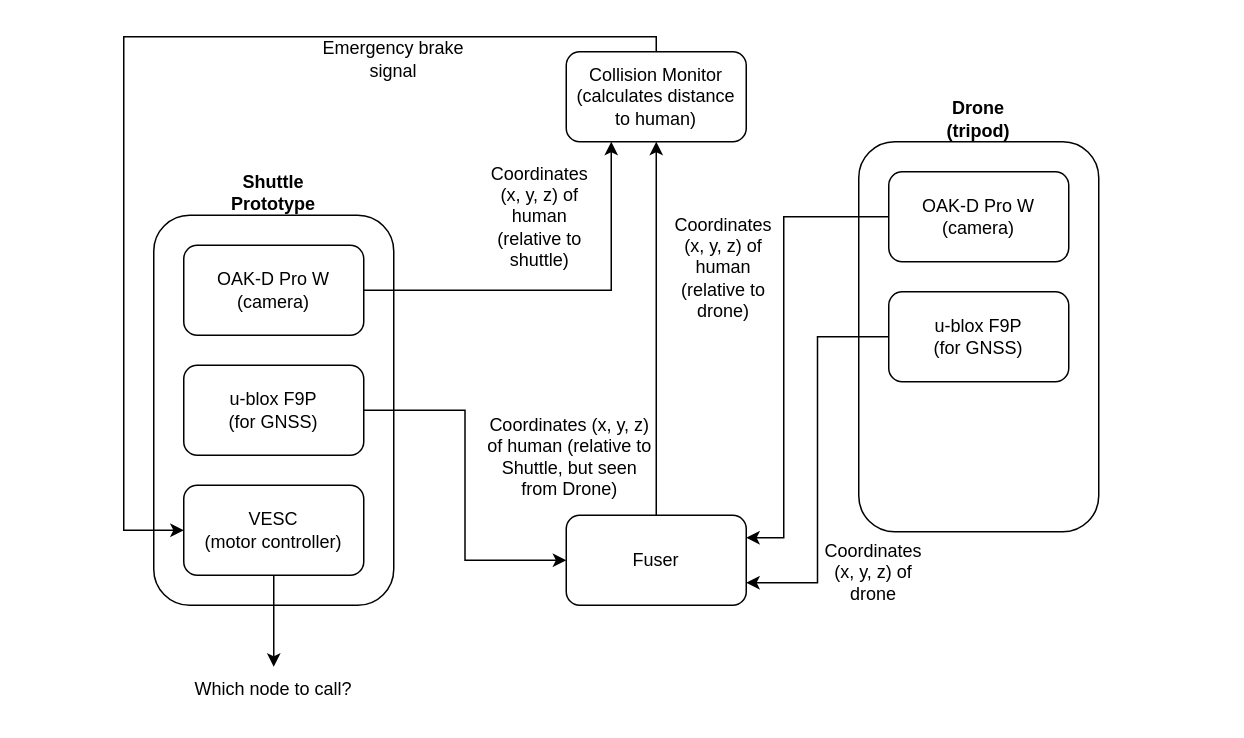
The draw.io diagram waywiser_perception/hazard_zone.drawio in RISE-Dependable-Transport-Systems/WayWiseR, before the edit. Source tidied: cells renumbered, new cells numbered last; positions are measured from the earlier drawing's top-left corner, leaving out a move shared by most shapes. Both pictures are drawn from the tidied source at 150%, with x=0, y=0 at pixel (123, 36).
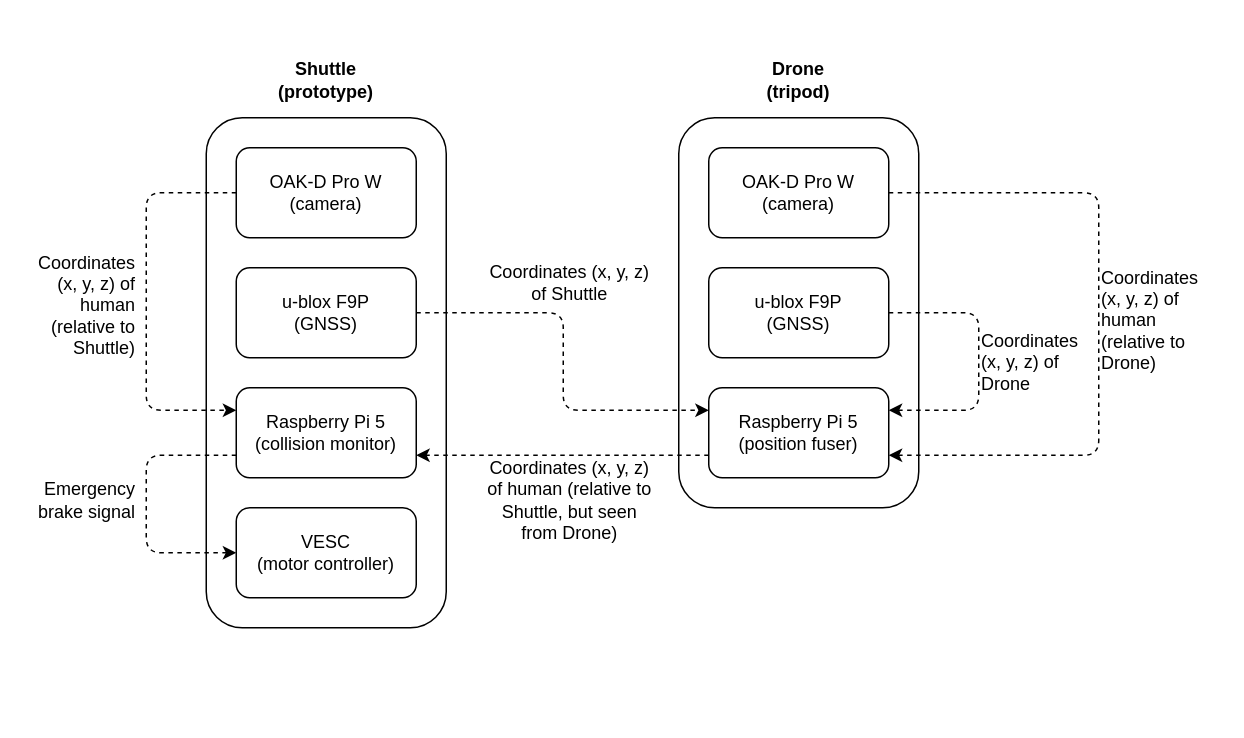
The same diagram, later.

What changed in the source:
```diff
@@
-    <mxCell id="2" style="rounded=1;whiteSpace=wrap;html=1;" parent="1" vertex="1">
-      <mxGeometry x="490" y="70" width="160" height="260" as="geometry" />
-    </mxCell>
-    <mxCell id="3" style="rounded=1;whiteSpace=wrap;html=1;" parent="1" vertex="1">
-      <mxGeometry x="20" y="119" width="160" height="260" as="geometry" />
-    </mxCell>
-    <mxCell id="4" style="edgeStyle=orthogonalEdgeStyle;rounded=0;jettySize=auto;html=1;exitX=1;exitY=0.5;exitDx=0;exitDy=0;entryX=0.25;entryY=1;entryDx=0;entryDy=0;" parent="1" edge="1" source="5" target="17">
-      <mxGeometry relative="1" as="geometry" />
-    </mxCell>
+    <mxCell id="26" style="rounded=1;whiteSpace=wrap;html=1;" parent="1" vertex="1">
+      <mxGeometry x="55" y="54" width="160" height="340" as="geometry" />
+    </mxCell>
+    <mxCell id="27" style="edgeStyle=elbowEdgeStyle;html=1;exitX=0;exitY=0.5;exitDx=0;exitDy=0;entryX=0;entryY=0.25;entryDx=0;entryDy=0;dashed=1;" parent="1" edge="1" source="5" target="37">
+      <mxGeometry relative="1" as="geometry">
+        <Array as="points">
+          <mxPoint x="15" y="184" />
+        </Array>
+      </mxGeometry>
+    </mxCell>
     <mxCell id="5" value="OAK-D Pro W&lt;br&gt;(camera)" style="rounded=1;whiteSpace=wrap;html=1;" parent="1" vertex="1">
-      <mxGeometry x="40" y="139" width="120" height="60" as="geometry" />
+      <mxGeometry x="75" y="74" width="120" height="60" as="geometry" />
     </mxCell>
-    <mxCell id="6" style="edgeStyle=orthogonalEdgeStyle;rounded=0;jettySize=auto;html=1;exitX=0;exitY=0.5;exitDx=0;exitDy=0;entryX=1;entryY=0.25;entryDx=0;entryDy=0;" parent="1" edge="1" source="7" target="19">
-      <mxGeometry relative="1" as="geometry">
-        <Array as="points">
-          <mxPoint x="440" y="120" />
-          <mxPoint x="440" y="334" />
-        </Array>
-      </mxGeometry>
-    </mxCell>
+    <mxCell id="28" value="u-blox F9P&lt;br&gt;(GNSS)" style="rounded=1;whiteSpace=wrap;html=1;" parent="1" vertex="1">
+      <mxGeometry x="75" y="154" width="120" height="60" as="geometry" />
+    </mxCell>
+    <mxCell id="13" value="&lt;span style=&quot;color: rgb(0, 0, 0);&quot;&gt;VESC&lt;/span&gt;&lt;br style=&quot;color: rgb(63, 63, 63); scrollbar-color: rgb(226, 226, 226) rgb(251, 251, 251);&quot;&gt;&lt;span style=&quot;color: rgb(0, 0, 0);&quot;&gt;(motor controller)&lt;/span&gt;" style="rounded=1;whiteSpace=wrap;html=1;" parent="1" vertex="1">
+      <mxGeometry x="75" y="314" width="120" height="60" as="geometry" />
+    </mxCell>
+    <mxCell id="29" value="Shuttle (prototype)" style="text;html=1;align=center;verticalAlign=middle;whiteSpace=wrap;rounded=0;fontStyle=1;" parent="1" vertex="1">
+      <mxGeometry x="105" y="14" width="60" height="30" as="geometry" />
+    </mxCell>
+    <mxCell id="30" style="rounded=1;whiteSpace=wrap;html=1;" parent="1" vertex="1">
+      <mxGeometry x="370" y="54" width="160" height="260" as="geometry" />
+    </mxCell>
+    <mxCell id="31" style="edgeStyle=elbowEdgeStyle;html=1;exitX=1;exitY=0.5;exitDx=0;exitDy=0;entryX=1;entryY=0.75;entryDx=0;entryDy=0;dashed=1;" parent="1" edge="1" source="7" target="35">
+      <mxGeometry relative="1" as="geometry">
+        <Array as="points">
+          <mxPoint x="650" y="224" />
+        </Array>
+      </mxGeometry>
+    </mxCell>
     <mxCell id="7" value="OAK-D Pro W (camera)" style="rounded=1;whiteSpace=wrap;html=1;" parent="1" vertex="1">
-      <mxGeometry x="510" y="90" width="120" height="60" as="geometry" />
+      <mxGeometry x="390" y="74" width="120" height="60" as="geometry" />
     </mxCell>
-    <mxCell id="8" style="edgeStyle=orthogonalEdgeStyle;rounded=0;jettySize=auto;html=1;exitX=1;exitY=0.5;exitDx=0;exitDy=0;entryX=0;entryY=0.5;entryDx=0;entryDy=0;" parent="1" edge="1" source="9" target="19">
-      <mxGeometry relative="1" as="geometry" />
-    </mxCell>
-    <mxCell id="9" value="u-blox F9P&lt;br&gt;(for GNSS)" style="rounded=1;whiteSpace=wrap;html=1;" parent="1" vertex="1">
-      <mxGeometry x="40" y="219" width="120" height="60" as="geometry" />
-    </mxCell>
-    <mxCell id="10" style="edgeStyle=orthogonalEdgeStyle;rounded=0;jettySize=auto;html=1;exitX=0;exitY=0.5;exitDx=0;exitDy=0;entryX=1;entryY=0.75;entryDx=0;entryDy=0;" parent="1" edge="1" source="11" target="19">
-      <mxGeometry relative="1" as="geometry" />
-    </mxCell>
-    <mxCell id="11" value="u-blox F9P&lt;br&gt;(for GNSS)" style="rounded=1;whiteSpace=wrap;html=1;" parent="1" vertex="1">
-      <mxGeometry x="510" y="170" width="120" height="60" as="geometry" />
-    </mxCell>
-    <mxCell id="12" style="edgeStyle=orthogonalEdgeStyle;rounded=0;jettySize=auto;html=1;exitX=0.5;exitY=1;exitDx=0;exitDy=0;entryX=0.5;entryY=0;entryDx=0;entryDy=0;" parent="1" edge="1" source="13" target="24">
-      <mxGeometry relative="1" as="geometry" />
-    </mxCell>
-    <mxCell id="13" value="VESC&lt;br&gt;(motor controller)" style="rounded=1;whiteSpace=wrap;html=1;" parent="1" vertex="1">
-      <mxGeometry x="40" y="299" width="120" height="60" as="geometry" />
-    </mxCell>
-    <mxCell id="14" value="Shuttle Prototype" style="text;html=1;align=center;verticalAlign=middle;whiteSpace=wrap;rounded=0;fontStyle=1;" parent="1" vertex="1">
-      <mxGeometry x="70" y="89" width="60" height="30" as="geometry" />
-    </mxCell>
+    <mxCell id="32" style="edgeStyle=elbowEdgeStyle;html=1;exitX=1;exitY=0.5;exitDx=0;exitDy=0;entryX=1;entryY=0.25;entryDx=0;entryDy=0;dashed=1;" parent="1" edge="1" source="33" target="35">
+      <mxGeometry relative="1" as="geometry">
+        <Array as="points">
+          <mxPoint x="570" y="214" />
+        </Array>
+      </mxGeometry>
+    </mxCell>
+    <mxCell id="33" value="u-blox F9P&lt;br&gt;(GNSS)" style="rounded=1;whiteSpace=wrap;html=1;" parent="1" vertex="1">
+      <mxGeometry x="390" y="154" width="120" height="60" as="geometry" />
+    </mxCell>
     <mxCell id="15" value="Drone&lt;br&gt;(tripod)" style="text;html=1;align=center;verticalAlign=middle;whiteSpace=wrap;rounded=0;fontStyle=1;" parent="1" vertex="1">
-      <mxGeometry x="540" y="40" width="60" height="30" as="geometry" />
+      <mxGeometry x="420" y="14" width="60" height="30" as="geometry" />
     </mxCell>
-    <mxCell id="16" style="edgeStyle=orthogonalEdgeStyle;rounded=0;jettySize=auto;html=1;exitX=0.5;exitY=0;exitDx=0;exitDy=0;entryX=0;entryY=0.5;entryDx=0;entryDy=0;" parent="1" edge="1" source="17" target="13">
-      <mxGeometry relative="1" as="geometry">
-        <Array as="points">
-          <mxPoint x="355" />
-          <mxPoint />
-          <mxPoint y="329" />
-        </Array>
-      </mxGeometry>
-    </mxCell>
-    <mxCell id="17" value="Collision Monitor &lt;br&gt;(calculates distance to human)" style="rounded=1;whiteSpace=wrap;html=1;" parent="1" vertex="1">
-      <mxGeometry x="295" y="10" width="120" height="60" as="geometry" />
-    </mxCell>
-    <mxCell id="18" style="edgeStyle=orthogonalEdgeStyle;rounded=0;jettySize=auto;html=1;entryX=0.5;entryY=1;entryDx=0;entryDy=0;" parent="1" edge="1" source="19" target="17">
-      <mxGeometry relative="1" as="geometry" />
-    </mxCell>
-    <mxCell id="19" value="Fuser" style="rounded=1;whiteSpace=wrap;html=1;" parent="1" vertex="1">
-      <mxGeometry x="295" y="319" width="120" height="60" as="geometry" />
-    </mxCell>
+    <mxCell id="34" style="edgeStyle=elbowEdgeStyle;html=1;exitX=0;exitY=0.75;exitDx=0;exitDy=0;entryX=1;entryY=0.75;entryDx=0;entryDy=0;dashed=1;" parent="1" edge="1" source="35" target="37">
+      <mxGeometry relative="1" as="geometry" />
+    </mxCell>
+    <mxCell id="35" value="Raspberry Pi 5 &lt;br&gt;(position fuser)" style="rounded=1;whiteSpace=wrap;html=1;" parent="1" vertex="1">
+      <mxGeometry x="390" y="234" width="120" height="60" as="geometry" />
+    </mxCell>
+    <mxCell id="36" style="edgeStyle=elbowEdgeStyle;html=1;exitX=0;exitY=0.75;exitDx=0;exitDy=0;entryX=0;entryY=0.5;entryDx=0;entryDy=0;dashed=1;" parent="1" edge="1" source="37" target="13">
+      <mxGeometry relative="1" as="geometry">
+        <Array as="points">
+          <mxPoint x="15" y="314" />
+        </Array>
+      </mxGeometry>
+    </mxCell>
+    <mxCell id="37" value="&lt;span style=&quot;color: rgb(0, 0, 0);&quot;&gt;Raspberry Pi 5&lt;br&gt;(collision monitor)&lt;/span&gt;" style="rounded=1;whiteSpace=wrap;html=1;" parent="1" vertex="1">
+      <mxGeometry x="75" y="234" width="120" height="60" as="geometry" />
+    </mxCell>
+    <mxCell id="38" value="Coordinates (x, y, z) of human (relative to Shuttle)" style="text;html=1;align=right;verticalAlign=middle;whiteSpace=wrap;rounded=1;strokeColor=none;fillColor=none;" parent="1" vertex="1">
+      <mxGeometry x="-65" y="144" width="75" height="70" as="geometry" />
+    </mxCell>
+    <mxCell id="39" value="Coordinates (x, y, z) of human (relative to Drone)" style="text;html=1;align=left;verticalAlign=middle;whiteSpace=wrap;rounded=1;strokeColor=none;fillColor=none;" parent="1" vertex="1">
+      <mxGeometry x="650" y="154" width="80" height="69" as="geometry" />
+    </mxCell>
+    <mxCell id="40" value="Coordinates (x, y, z) of Drone" style="text;html=1;align=left;verticalAlign=middle;whiteSpace=wrap;rounded=1;strokeColor=none;fillColor=none;" parent="1" vertex="1">
+      <mxGeometry x="570" y="194" width="80" height="46" as="geometry" />
+    </mxCell>
+    <mxCell id="25" value="Coordinates (x, y, z) of human (relative to Shuttle, but seen from Drone)" style="text;html=1;align=center;verticalAlign=middle;whiteSpace=wrap;rounded=1;strokeColor=none;fillColor=none;" parent="1" vertex="1">
+      <mxGeometry x="240" y="279" width="115" height="60" as="geometry" />
+    </mxCell>
+    <mxCell id="41" style="edgeStyle=elbowEdgeStyle;html=1;exitX=1;exitY=0.5;exitDx=0;exitDy=0;entryX=0;entryY=0.25;entryDx=0;entryDy=0;dashed=1;" parent="1" edge="1" source="28" target="35">
+      <mxGeometry relative="1" as="geometry" />
+    </mxCell>
-    <mxCell id="20" value="&lt;div&gt;&lt;span&gt;Emergency brake signal&lt;/span&gt;&lt;/div&gt;" style="text;html=1;align=center;verticalAlign=middle;whiteSpace=wrap;rounded=0;fontStyle=0;" parent="1" vertex="1">
-      <mxGeometry x="130" width="100" height="30" as="geometry" />
+    <mxCell id="20" value="Emergency brake signal" style="text;html=1;align=right;verticalAlign=middle;whiteSpace=wrap;rounded=1;strokeColor=none;fillColor=none;" parent="1" vertex="1">
+      <mxGeometry x="-65" y="274" width="75" height="70" as="geometry" />
     </mxCell>
-    <mxCell id="21" value="Coordinates (x, y, z) of human (relative to shuttle)" style="text;html=1;align=center;verticalAlign=middle;whiteSpace=wrap;rounded=1;strokeColor=none;fillColor=none;" parent="1" vertex="1">
-      <mxGeometry x="240" y="85" width="75" height="70" as="geometry" />
-    </mxCell>
-    <mxCell id="22" value="Coordinates (x, y, z) of human (relative to drone)" style="text;html=1;align=center;verticalAlign=middle;whiteSpace=wrap;rounded=1;strokeColor=none;fillColor=none;" parent="1" vertex="1">
-      <mxGeometry x="360" y="119" width="80" height="69" as="geometry" />
-    </mxCell>
-    <mxCell id="23" value="Coordinates (x, y, z) of drone" style="text;html=1;align=center;verticalAlign=middle;whiteSpace=wrap;rounded=1;strokeColor=none;fillColor=none;" parent="1" vertex="1">
-      <mxGeometry x="460" y="334" width="80" height="46" as="geometry" />
-    </mxCell>
-    <mxCell id="24" value="Which node to call?" style="text;html=1;align=center;verticalAlign=middle;whiteSpace=wrap;rounded=1;strokeColor=none;fillColor=none;" parent="1" vertex="1">
-      <mxGeometry x="40" y="420" width="120" height="30" as="geometry" />
-    </mxCell>
-    <mxCell id="25" value="Coordinates (x, y, z) of human (relative to Shuttle, but seen from Drone)" style="text;html=1;align=center;verticalAlign=middle;whiteSpace=wrap;rounded=1;strokeColor=none;fillColor=none;" parent="1" vertex="1">
-      <mxGeometry x="240" y="250" width="115" height="60" as="geometry" />
-    </mxCell>
+    <mxCell id="42" value="Coordinates (x, y, z) of Shuttle" style="text;html=1;align=center;verticalAlign=middle;whiteSpace=wrap;rounded=1;strokeColor=none;fillColor=none;" parent="1" vertex="1">
+      <mxGeometry x="240" y="134" width="115" height="60" as="geometry" />
+    </mxCell>
```
